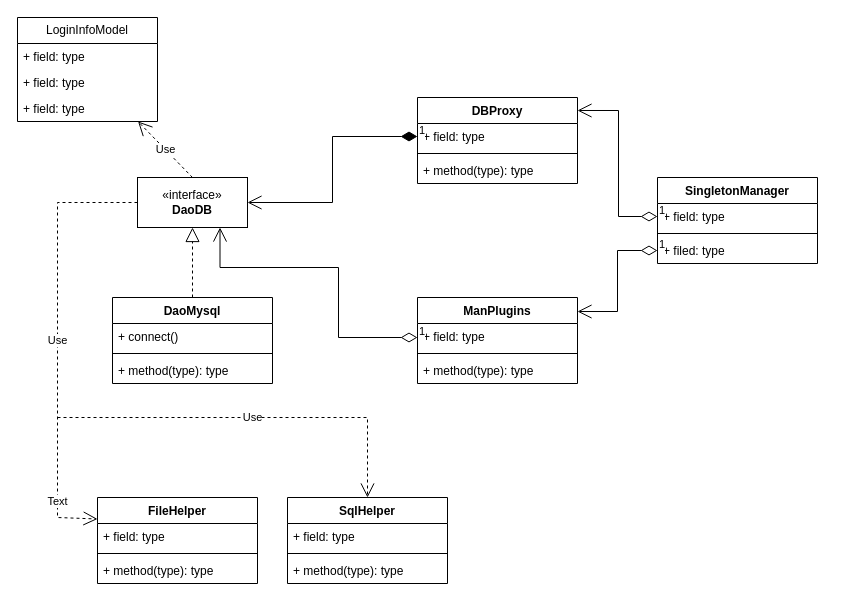
Before: Qt/COSBrowser/databaseImpl/databaseImplClassDiag.drawio in lumingfan/Draw, a draw.io diagram. Source tidied: cells renumbered, new cells numbered last; positions are measured from the earlier drawing's top-left corner, leaving out a move shared by most shapes. Both pictures are drawn from the tidied source at 100%, with x=0, y=0 at pixel (17, 17).
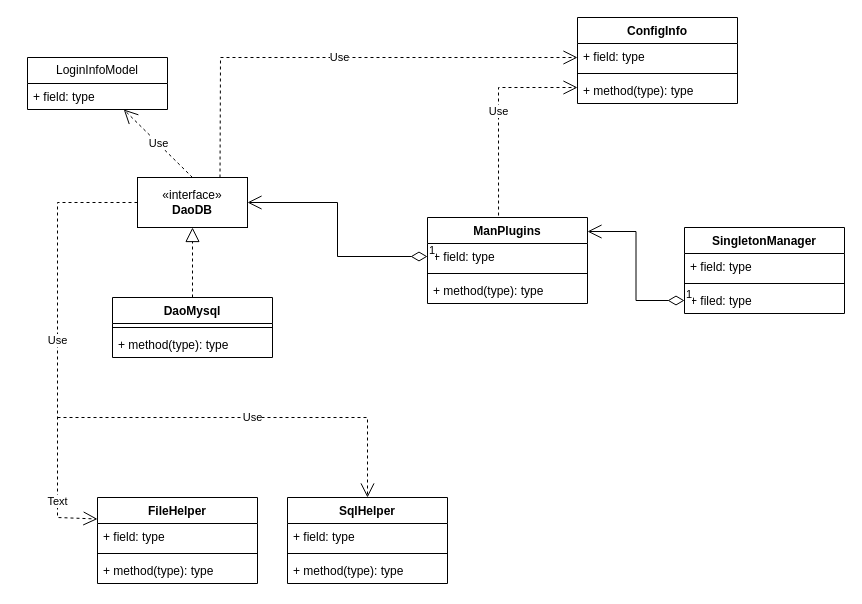
The same page after the edit.

Unchanged cells that the change refers to:
```xml
<mxCell id="2" value="«interface»&lt;br&gt;&lt;b&gt;DaoDB&lt;/b&gt;" style="html=1;whiteSpace=wrap;" parent="1" vertex="1">
  <mxGeometry x="120" y="160" width="110" height="50" as="geometry" />
</mxCell>
<mxCell id="19" value="+ field: type" style="text;strokeColor=none;fillColor=none;align=left;verticalAlign=top;spacingLeft=4;spacingRight=4;overflow=hidden;points=[[0,0.5],[1,0.5]];portConstraint=eastwest;whiteSpace=wrap;html=1;" parent="18" vertex="1">
  <mxGeometry y="26" width="160" height="26" as="geometry" />
</mxCell>
<mxCell id="24" value="+ field: type" style="text;strokeColor=none;fillColor=none;align=left;verticalAlign=top;spacingLeft=4;spacingRight=4;overflow=hidden;points=[[0,0.5],[1,0.5]];portConstraint=eastwest;whiteSpace=wrap;html=1;" parent="23" vertex="1">
  <mxGeometry y="26" width="160" height="26" as="geometry" />
</mxCell>
```

Diff of the diagram source:
```diff
@@
     <mxCell id="3" value="DaoMysql" style="swimlane;fontStyle=1;align=center;verticalAlign=top;horizontal=1;startSize=26;whiteSpace=wrap;html=1;" parent="1" vertex="1">
-      <mxGeometry x="95" y="280" width="160" height="86" as="geometry" />
+      <mxGeometry x="95" y="280" width="160" height="60" as="geometry" />
     </mxCell>
-    <mxCell id="4" value="+ connect()&amp;nbsp;" style="text;strokeColor=none;fillColor=none;align=left;verticalAlign=top;spacingLeft=4;spacingRight=4;overflow=hidden;whiteSpace=wrap;html=1;" parent="3" vertex="1">
-      <mxGeometry y="26" width="160" height="26" as="geometry" />
-    </mxCell>
     <mxCell id="5" style="line;strokeWidth=1;fillColor=none;align=left;verticalAlign=middle;spacingTop=-1;spacingLeft=3;spacingRight=3;labelPosition=right;strokeColor=inherit;" parent="3" vertex="1">
-      <mxGeometry y="52" width="160" height="8" as="geometry" />
+      <mxGeometry y="26" width="160" height="8" as="geometry" />
     </mxCell>
     <mxCell id="6" value="+ method(type): type" style="text;strokeColor=none;fillColor=none;align=left;verticalAlign=top;spacingLeft=4;spacingRight=4;overflow=hidden;whiteSpace=wrap;html=1;" parent="3" vertex="1">
-      <mxGeometry y="60" width="160" height="26" as="geometry" />
+      <mxGeometry y="34" width="160" height="26" as="geometry" />
     </mxCell>
@@
     <mxCell id="8" value="LoginInfoModel" style="swimlane;fontStyle=0;horizontal=1;startSize=26;fillColor=none;whiteSpace=wrap;html=1;" parent="1" vertex="1">
-      <mxGeometry width="140" height="104" as="geometry" />
+      <mxGeometry x="10" y="40" width="140" height="52" as="geometry" />
     </mxCell>
-    <mxCell id="9" value="+ field: type" style="text;strokeColor=none;fillColor=none;align=left;verticalAlign=top;spacingLeft=4;spacingRight=4;overflow=hidden;whiteSpace=wrap;html=1;" parent="8" vertex="1">
-      <mxGeometry y="26" width="140" height="26" as="geometry" />
-    </mxCell>
-    <mxCell id="10" value="+ field: type" style="text;strokeColor=none;fillColor=none;align=left;verticalAlign=top;spacingLeft=4;spacingRight=4;overflow=hidden;whiteSpace=wrap;html=1;" parent="8" vertex="1">
-      <mxGeometry y="52" width="140" height="26" as="geometry" />
-    </mxCell>
     <mxCell id="11" value="+ field: type" style="text;strokeColor=none;fillColor=none;align=left;verticalAlign=top;spacingLeft=4;spacingRight=4;overflow=hidden;whiteSpace=wrap;html=1;" parent="8" vertex="1">
-      <mxGeometry y="78" width="140" height="26" as="geometry" />
+      <mxGeometry y="26" width="140" height="26" as="geometry" />
     </mxCell>
@@
-    <mxCell id="13" value="DBProxy" style="swimlane;fontStyle=1;align=center;verticalAlign=top;horizontal=1;startSize=26;whiteSpace=wrap;html=1;" parent="1" vertex="1">
-      <mxGeometry x="400" y="80" width="160" height="86" as="geometry" />
-    </mxCell>
-    <mxCell id="14" value="+ field: type" style="text;strokeColor=none;fillColor=none;align=left;verticalAlign=top;spacingLeft=4;spacingRight=4;overflow=hidden;points=[[0,0.5],[1,0.5]];portConstraint=eastwest;whiteSpace=wrap;html=1;" parent="13" vertex="1">
-      <mxGeometry y="26" width="160" height="26" as="geometry" />
-    </mxCell>
-    <mxCell id="15" style="line;strokeWidth=1;fillColor=none;align=left;verticalAlign=middle;spacingTop=-1;spacingLeft=3;spacingRight=3;labelPosition=right;strokeColor=inherit;" parent="13" vertex="1">
-      <mxGeometry y="52" width="160" height="8" as="geometry" />
-    </mxCell>
-    <mxCell id="16" value="+ method(type): type" style="text;strokeColor=none;fillColor=none;align=left;verticalAlign=top;spacingLeft=4;spacingRight=4;overflow=hidden;whiteSpace=wrap;html=1;" parent="13" vertex="1">
-      <mxGeometry y="60" width="160" height="26" as="geometry" />
-    </mxCell>
-    <mxCell id="17" value="1" style="endArrow=open;html=1;endSize=12;startArrow=diamondThin;startSize=14;startFill=1;edgeStyle=orthogonalEdgeStyle;align=left;verticalAlign=bottom;rounded=0;entryX=1;entryY=0.5;entryDx=0;entryDy=0;exitX=0;exitY=0.5;exitDx=0;exitDy=0;" parent="1" edge="1" source="14" target="2">
-      <mxGeometry x="-1" y="3" relative="1" as="geometry" />
-    </mxCell>
     <mxCell id="18" value="ManPlugins&lt;div&gt;&lt;br&gt;&lt;/div&gt;" style="swimlane;fontStyle=1;align=center;verticalAlign=top;horizontal=1;startSize=26;whiteSpace=wrap;html=1;" parent="1" vertex="1">
-      <mxGeometry x="400" y="280" width="160" height="86" as="geometry" />
+      <mxGeometry x="410" y="200" width="160" height="86" as="geometry" />
     </mxCell>
@@
-    <mxCell id="22" value="1" style="endArrow=open;html=1;endSize=12;startArrow=diamondThin;startSize=14;startFill=0;edgeStyle=orthogonalEdgeStyle;align=left;verticalAlign=bottom;rounded=0;entryX=0.75;entryY=1;entryDx=0;entryDy=0;" parent="1" edge="1" source="19" target="2">
-      <mxGeometry x="-1" y="3" relative="1" as="geometry">
-        <Array as="points">
-          <mxPoint x="321" y="320" />
-          <mxPoint x="321" y="250" />
-          <mxPoint x="203" y="250" />
-        </Array>
-      </mxGeometry>
-    </mxCell>
     <mxCell id="23" value="SingletonManager&lt;div&gt;&lt;br&gt;&lt;/div&gt;" style="swimlane;fontStyle=1;align=center;verticalAlign=top;horizontal=1;startSize=26;whiteSpace=wrap;html=1;" parent="1" vertex="1">
-      <mxGeometry x="640" y="160" width="160" height="86" as="geometry" />
+      <mxGeometry x="667" y="210" width="160" height="86" as="geometry" />
     </mxCell>
@@
-    <mxCell id="27" value="1" style="endArrow=open;html=1;endSize=12;startArrow=diamondThin;startSize=14;startFill=0;edgeStyle=orthogonalEdgeStyle;align=left;verticalAlign=bottom;rounded=0;entryX=1;entryY=0.151;entryDx=0;entryDy=0;entryPerimeter=0;exitX=0;exitY=0.5;exitDx=0;exitDy=0;" parent="1" edge="1" source="24" target="13">
-      <mxGeometry x="-1" y="3" relative="1" as="geometry">
-        <Array as="points">
-          <mxPoint x="601" y="199" />
-          <mxPoint x="601" y="93" />
-        </Array>
-      </mxGeometry>
-    </mxCell>
@@
+    <mxCell id="22" value="1" style="endArrow=open;html=1;endSize=12;startArrow=diamondThin;startSize=14;startFill=0;edgeStyle=orthogonalEdgeStyle;align=left;verticalAlign=bottom;rounded=0;exitX=0;exitY=0.5;exitDx=0;exitDy=0;entryX=1;entryY=0.5;entryDx=0;entryDy=0;" parent="1" edge="1" source="19" target="2">
+      <mxGeometry x="-1" y="3" relative="1" as="geometry" />
+    </mxCell>
+    <mxCell id="40" value="ConfigInfo&lt;div&gt;&lt;br&gt;&lt;/div&gt;" style="swimlane;fontStyle=1;align=center;verticalAlign=top;horizontal=1;startSize=26;whiteSpace=wrap;html=1;" parent="1" vertex="1">
+      <mxGeometry x="560" width="160" height="86" as="geometry" />
+    </mxCell>
+    <mxCell id="14" value="+ field: type" style="text;strokeColor=none;fillColor=none;align=left;verticalAlign=top;spacingLeft=4;spacingRight=4;overflow=hidden;points=[[0,0.5],[1,0.5]];portConstraint=eastwest;whiteSpace=wrap;html=1;" parent="40" vertex="1">
+      <mxGeometry y="26" width="160" height="26" as="geometry" />
+    </mxCell>
+    <mxCell id="15" style="line;strokeWidth=1;fillColor=none;align=left;verticalAlign=middle;spacingTop=-1;spacingLeft=3;spacingRight=3;labelPosition=right;strokeColor=inherit;" parent="40" vertex="1">
+      <mxGeometry y="52" width="160" height="8" as="geometry" />
+    </mxCell>
+    <mxCell id="16" value="+ method(type): type" style="text;strokeColor=none;fillColor=none;align=left;verticalAlign=top;spacingLeft=4;spacingRight=4;overflow=hidden;whiteSpace=wrap;html=1;" parent="40" vertex="1">
+      <mxGeometry y="60" width="160" height="26" as="geometry" />
+    </mxCell>
+    <mxCell id="41" value="Use" style="endArrow=open;endSize=12;dashed=1;html=1;rounded=0;exitX=0.75;exitY=0;exitDx=0;exitDy=0;" parent="1" edge="1" source="2">
+      <mxGeometry relative="1" as="geometry">
+        <mxPoint x="560" y="40" as="targetPoint" />
+        <Array as="points">
+          <mxPoint x="203" y="40" />
+        </Array>
+      </mxGeometry>
+    </mxCell>
+    <mxCell id="42" value="Use" style="endArrow=open;endSize=12;dashed=1;html=1;rounded=0;exitX=0.444;exitY=-0.023;exitDx=0;exitDy=0;exitPerimeter=0;" parent="1" edge="1" source="18">
+      <mxGeometry relative="1" as="geometry">
+        <mxPoint x="560" y="70" as="targetPoint" />
+        <Array as="points">
+          <mxPoint x="481" y="70" />
+        </Array>
+      </mxGeometry>
+    </mxCell>
```
